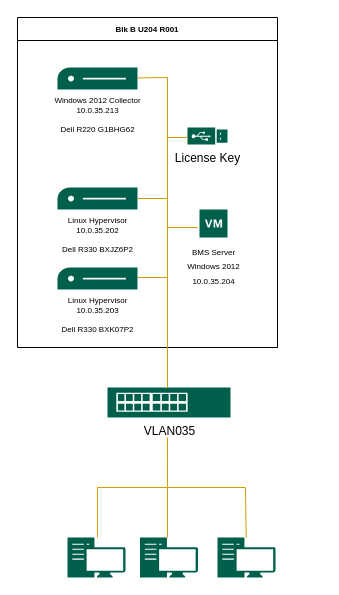
This is BMS_EMS.drawio from rwo001/FP, a draw.io file, before an edit. Source tidied: cells renumbered, new cells numbered last; positions are measured from the earlier drawing's top-left corner, leaving out a move shared by most shapes. Both pictures are drawn from the tidied source at 100%, with x=0, y=0 at pixel (17, 17).
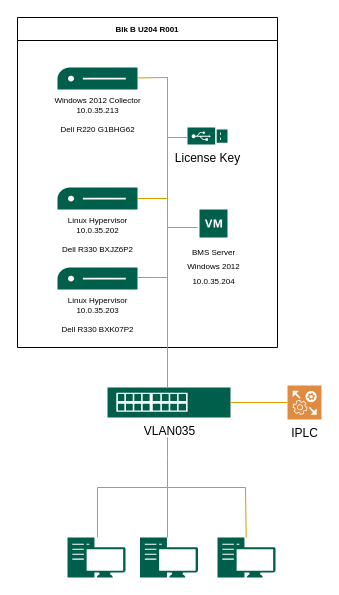
The same diagram, later.

Unchanged cells that the change refers to:
```xml
<mxCell id="17" value="VLAN035" style="sketch=0;shadow=0;dashed=0;html=1;strokeColor=none;fillColor=#005F4B;labelPosition=center;verticalLabelPosition=bottom;verticalAlign=top;align=center;outlineConnect=0;shape=mxgraph.veeam2.physical_switch;" parent="1" vertex="1">
  <mxGeometry x="90" y="370" width="123" height="30" as="geometry" />
</mxCell>
```

Diff of the diagram source:
```diff
@@
+    <mxCell id="20" value="IPLC" style="sketch=0;shadow=0;dashed=0;html=1;strokeColor=none;fillColor=#DF8C42;labelPosition=center;verticalLabelPosition=bottom;verticalAlign=top;align=center;outlineConnect=0;shape=mxgraph.veeam2.veeam_mp;" parent="1" vertex="1">
+      <mxGeometry x="270" y="368" width="34" height="34" as="geometry" />
+    </mxCell>
+    <mxCell id="21" style="endArrow=none;html=1;rounded=0;fillColor=#ffe6cc;strokeColor=#d79b00;" parent="1" edge="1" source="17" target="20">
+      <mxGeometry relative="1" as="geometry" />
+    </mxCell>
```
